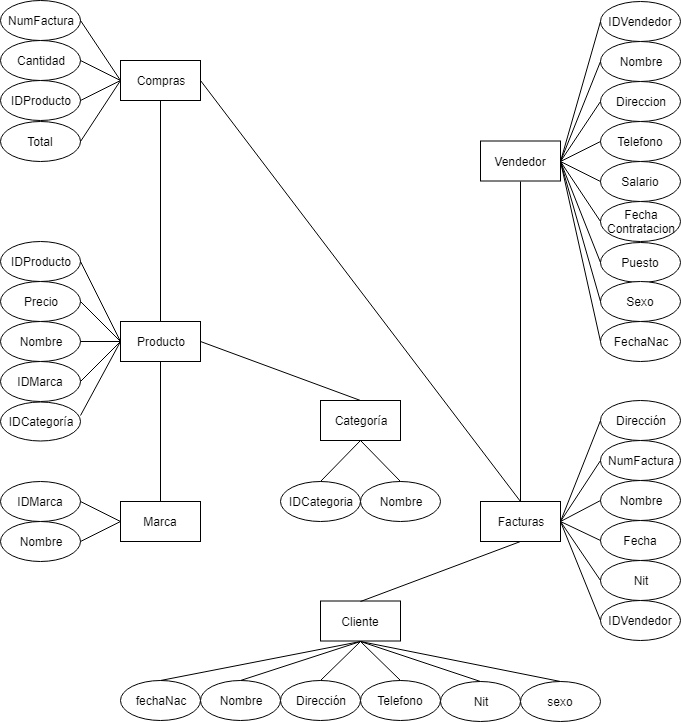
The draw.io diagram Diseño de base de datos.png in estebancabreraa/Proyecto2BD, before a commit. Source tidied: cells renumbered, new cells last; positions are measured from the earlier drawing's top-left corner, leaving out a move shared by most shapes.
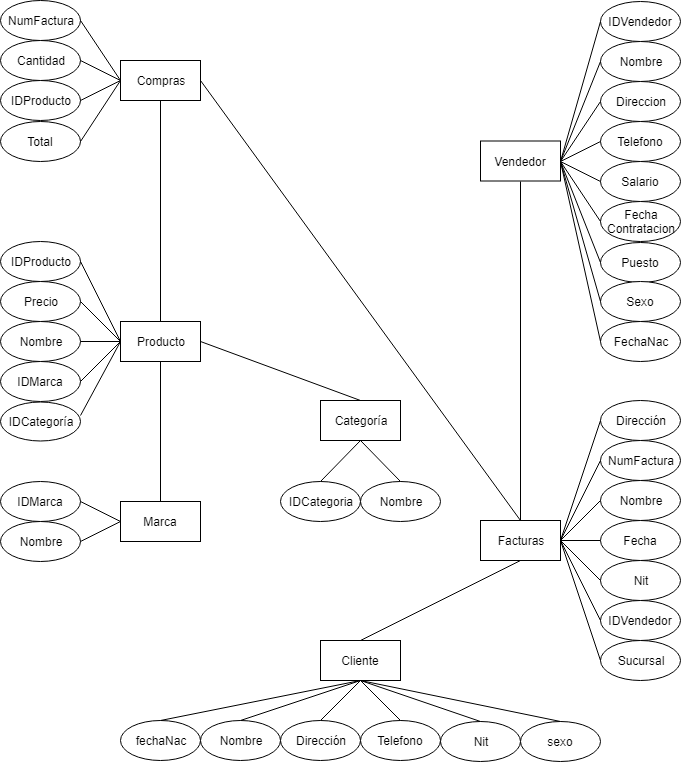
After the change.

What changed in the source:
```diff
@@ -3,7 +3,7 @@
     <mxCell id="0" />
     <mxCell id="1" parent="0" />
     <mxCell id="2" value="Facturas" style="rounded=0;whiteSpace=wrap;html=1;" parent="1" vertex="1">
-      <mxGeometry x="480" y="501" width="80" height="40" as="geometry" />
+      <mxGeometry x="480" y="520" width="80" height="40" as="geometry" />
     </mxCell>
     <mxCell id="3" value="NumFactura" style="ellipse;whiteSpace=wrap;html=1;" parent="1" vertex="1">
       <mxGeometry x="600" y="440" width="80" height="40" as="geometry" />
@@ -27,19 +27,19 @@
       <mxGeometry x="600" y="400" width="80" height="40" as="geometry" />
     </mxCell>
     <mxCell id="10" value="Cliente" style="rounded=0;whiteSpace=wrap;html=1;" parent="1" vertex="1">
-      <mxGeometry x="320" y="600.5" width="80" height="40" as="geometry" />
+      <mxGeometry x="320" y="640" width="80" height="40" as="geometry" />
     </mxCell>
     <mxCell id="11" value="Nit" style="ellipse;whiteSpace=wrap;html=1;" parent="1" vertex="1">
-      <mxGeometry x="440" y="681" width="80" height="40" as="geometry" />
+      <mxGeometry x="440" y="720.5" width="80" height="40" as="geometry" />
     </mxCell>
     <mxCell id="12" value="Telefono&lt;br&gt;" style="ellipse;whiteSpace=wrap;html=1;" parent="1" vertex="1">
-      <mxGeometry x="360" y="680" width="80" height="40" as="geometry" />
+      <mxGeometry x="360" y="719.5" width="80" height="40" as="geometry" />
     </mxCell>
     <mxCell id="13" value="Dirección" style="ellipse;whiteSpace=wrap;html=1;" parent="1" vertex="1">
-      <mxGeometry x="280" y="680" width="80" height="40" as="geometry" />
+      <mxGeometry x="280" y="719.5" width="80" height="40" as="geometry" />
     </mxCell>
     <mxCell id="14" value="Nombre" style="ellipse;whiteSpace=wrap;html=1;" parent="1" vertex="1">
-      <mxGeometry x="200" y="680" width="80" height="40" as="geometry" />
+      <mxGeometry x="200" y="719.5" width="80" height="40" as="geometry" />
     </mxCell>
     <mxCell id="15" value="Vendedor" style="rounded=0;whiteSpace=wrap;html=1;" parent="1" vertex="1">
       <mxGeometry x="480" y="140.5" width="80" height="40" as="geometry" />
@@ -180,10 +180,10 @@
       <mxGeometry relative="1" as="geometry" />
     </mxCell>
     <mxCell id="61" value="sexo" style="ellipse;whiteSpace=wrap;html=1;" parent="1" vertex="1">
-      <mxGeometry x="520" y="681" width="80" height="40" as="geometry" />
+      <mxGeometry x="520" y="720.5" width="80" height="40" as="geometry" />
     </mxCell>
     <mxCell id="62" value="fechaNac" style="ellipse;whiteSpace=wrap;html=1;" parent="1" vertex="1">
-      <mxGeometry x="120" y="680" width="80" height="40" as="geometry" />
+      <mxGeometry x="120" y="719.5" width="80" height="40" as="geometry" />
     </mxCell>
     <mxCell id="63" style="endArrow=none;html=1;entryX=0.5;entryY=0;entryDx=0;entryDy=0;exitX=0.5;exitY=1;exitDx=0;exitDy=0;" parent="1" edge="1" source="10" target="62">
       <mxGeometry relative="1" as="geometry" />
@@ -245,5 +245,11 @@
     <mxCell id="82" style="endArrow=none;html=1;entryX=0.5;entryY=0;entryDx=0;entryDy=0;exitX=0.5;exitY=1;exitDx=0;exitDy=0;" parent="1" edge="1" source="77" target="80">
       <mxGeometry relative="1" as="geometry" />
     </mxCell>
+    <mxCell id="83" value="Sucursal&lt;br&gt;" style="ellipse;whiteSpace=wrap;html=1;" parent="1" vertex="1">
+      <mxGeometry x="600" y="640" width="80" height="40" as="geometry" />
+    </mxCell>
+    <mxCell id="84" style="endArrow=none;html=1;entryX=0;entryY=0.5;entryDx=0;entryDy=0;exitX=1;exitY=0.5;exitDx=0;exitDy=0;" parent="1" edge="1" source="2" target="83">
+      <mxGeometry relative="1" as="geometry" />
+    </mxCell>
   </root>
 </mxGraphModel>
```
